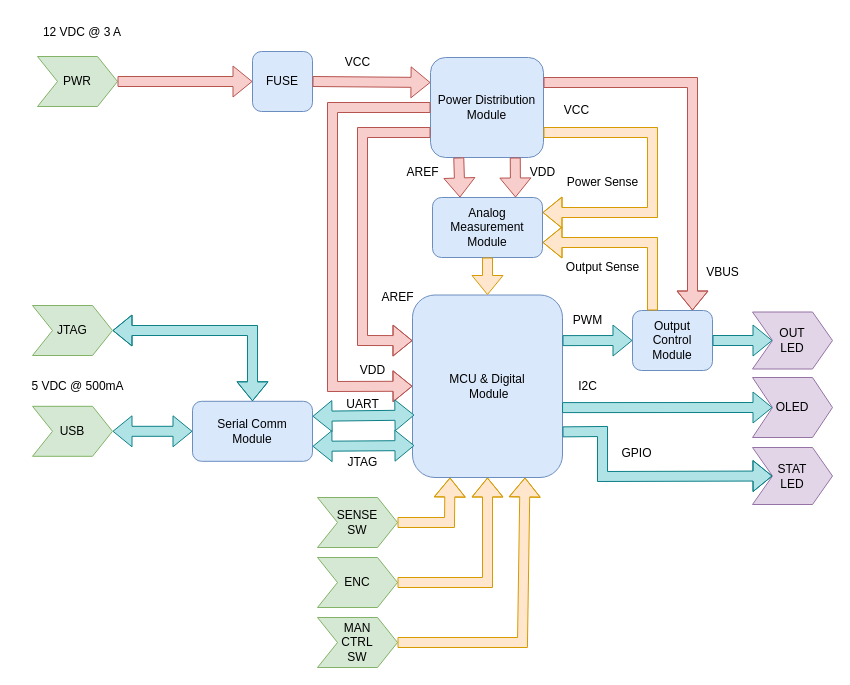
Earlier version of the draw.io diagram docs/ddd/block.drawio (cSDes1gn/ucl). Source tidied: cells renumbered, new cells numbered last; positions are measured from the earlier drawing's top-left corner, leaving out a move shared by most shapes. Both pictures are drawn from the tidied source at 100%, with x=0, y=0 at pixel (17, 17).
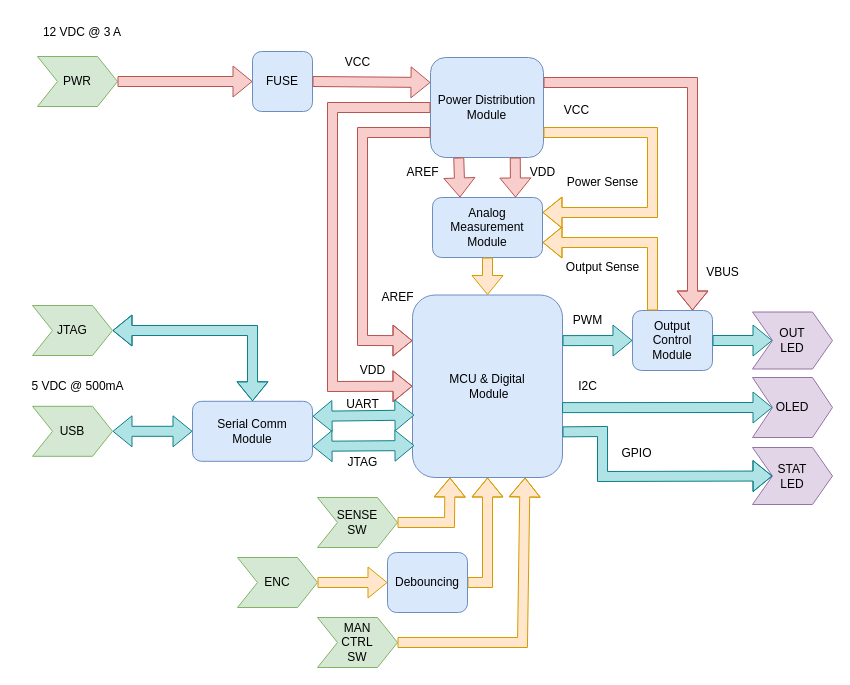
Above is the later version.

Unchanged cells that the change refers to:
```xml
<mxCell id="4" value="MCU &amp;amp; Digital&lt;br&gt;&amp;nbsp;Module" style="rounded=1;whiteSpace=wrap;html=1;fillColor=#dae8fc;strokeColor=#6c8ebf;" parent="1" vertex="1">
  <mxGeometry x="395" y="277.5" width="150" height="182.5" as="geometry" />
</mxCell>
```

Diff of the diagram source:
```diff
@@
     <mxCell id="18" value="ENC" style="shape=step;perimeter=stepPerimeter;whiteSpace=wrap;html=1;fixedSize=1;fillColor=#d5e8d4;strokeColor=#82b366;" parent="1" vertex="1">
-      <mxGeometry x="300" y="540" width="80" height="50" as="geometry" />
+      <mxGeometry x="220" y="540" width="80" height="50" as="geometry" />
     </mxCell>
@@
-    <mxCell id="39" style="shape=flexArrow;endArrow=classic;html=1;rounded=0;entryX=0.5;entryY=1;entryDx=0;entryDy=0;exitX=1;exitY=0.5;exitDx=0;exitDy=0;fillColor=#ffe6cc;strokeColor=#d79b00;" parent="1" edge="1" source="18" target="4">
+    <mxCell id="39" style="shape=flexArrow;endArrow=classic;html=1;rounded=0;entryX=0.5;entryY=1;entryDx=0;entryDy=0;exitX=1;exitY=0.5;exitDx=0;exitDy=0;fillColor=#ffe6cc;strokeColor=#d79b00;" parent="1" edge="1" source="55" target="4">
       <mxGeometry relative="1" as="geometry">
         <Array as="points">
           <mxPoint x="470" y="565" />
         </Array>
       </mxGeometry>
     </mxCell>
@@
+    <mxCell id="54" style="shape=flexArrow;endArrow=classic;html=1;rounded=0;entryX=0;entryY=0.5;entryDx=0;entryDy=0;exitX=1;exitY=0.5;exitDx=0;exitDy=0;fillColor=#ffe6cc;strokeColor=#d79b00;" parent="1" edge="1" source="18" target="55">
+      <mxGeometry relative="1" as="geometry" />
+    </mxCell>
+    <mxCell id="55" value="Debouncing" style="rounded=1;whiteSpace=wrap;html=1;fillColor=#dae8fc;strokeColor=#6c8ebf;" parent="1" vertex="1">
+      <mxGeometry x="370" y="535" width="80" height="60" as="geometry" />
+    </mxCell>
```
